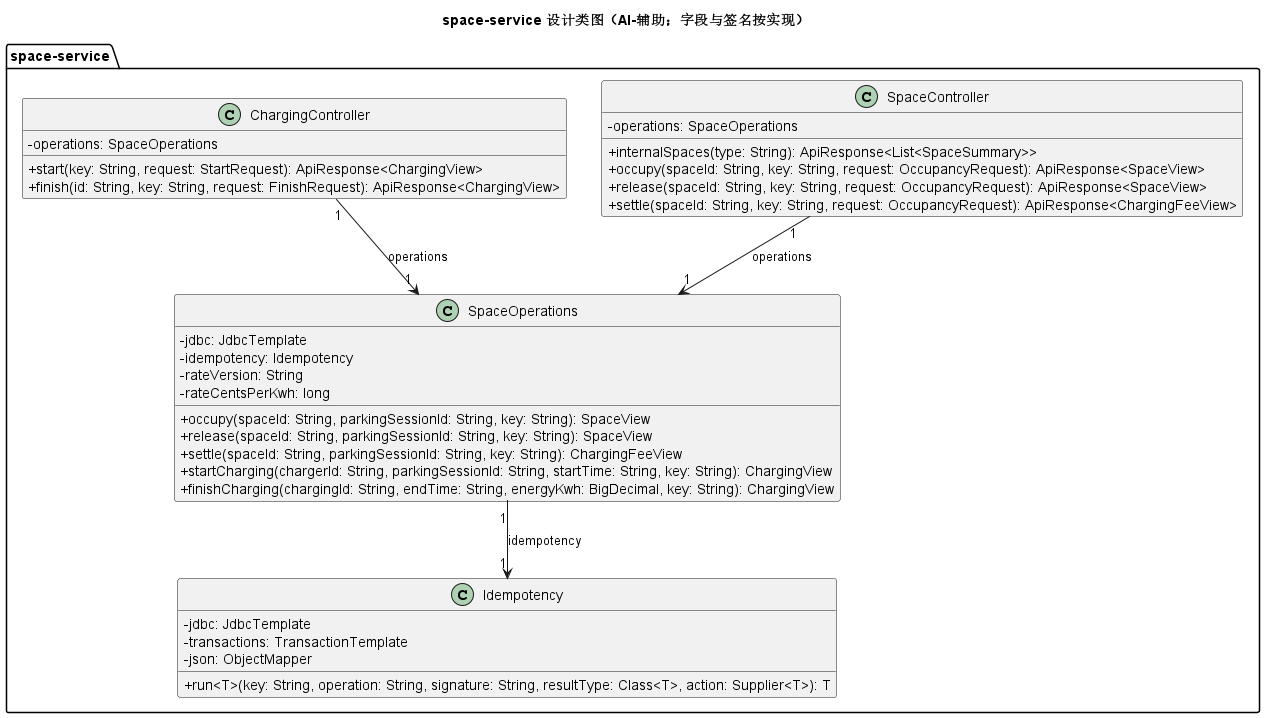
Gindama713/UMLWORK keeps this PlantUML diagram as models/rendered/15-design-classes_002.png. Above is the earlier version.
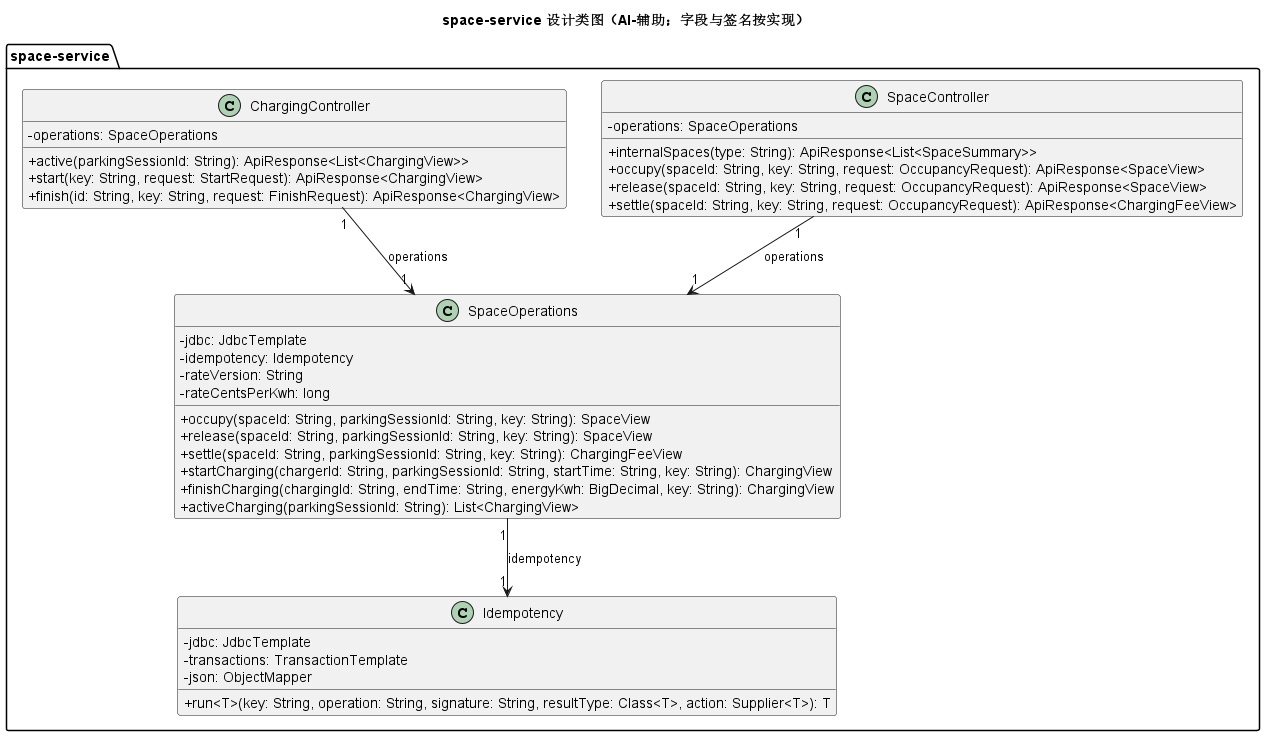
Later version of the same file.

Commit message:
Restore active charging sessions after page refresh

The edit, as a diff of the source:
```diff
@@ -11,6 +11,7 @@
   }
   class ChargingController {
     -operations: SpaceOperations
+    +active(parkingSessionId: String): ApiResponse<List<ChargingView>>
     +start(key: String, request: StartRequest): ApiResponse<ChargingView>
     +finish(id: String, key: String, request: FinishRequest): ApiResponse<ChargingView>
   }
@@ -24,6 +25,7 @@
     +settle(spaceId: String, parkingSessionId: String, key: String): ChargingFeeView
     +startCharging(chargerId: String, parkingSessionId: String, startTime: String, key: String): ChargingView
     +finishCharging(chargingId: String, endTime: String, energyKwh: BigDecimal, key: String): ChargingView
+    +activeCharging(parkingSessionId: String): List<ChargingView>
   }
   class Idempotency {
     -jdbc: JdbcTemplate
```
